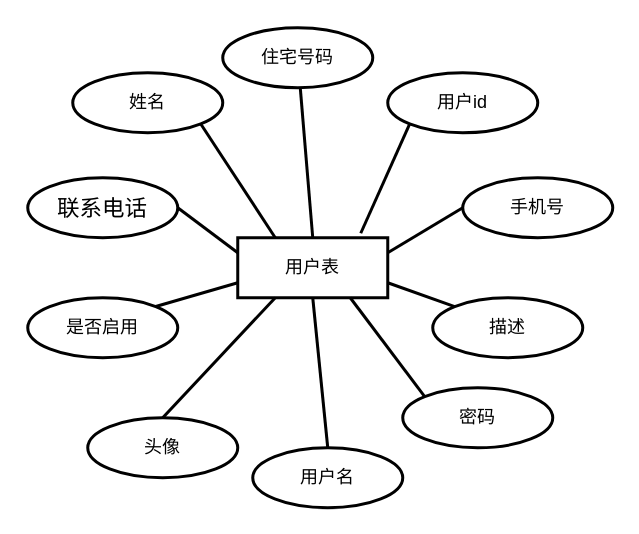
Earlier version of the draw.io diagram 毕业论文-用户ER图.drawio (srcrs/draw-static). Source tidied: cells renumbered, new cells numbered last; positions are measured from the earlier drawing's top-left corner, leaving out a move shared by most shapes. Both pictures are drawn from the tidied source at 150%, with x=0, y=0 at pixel (27, 27).
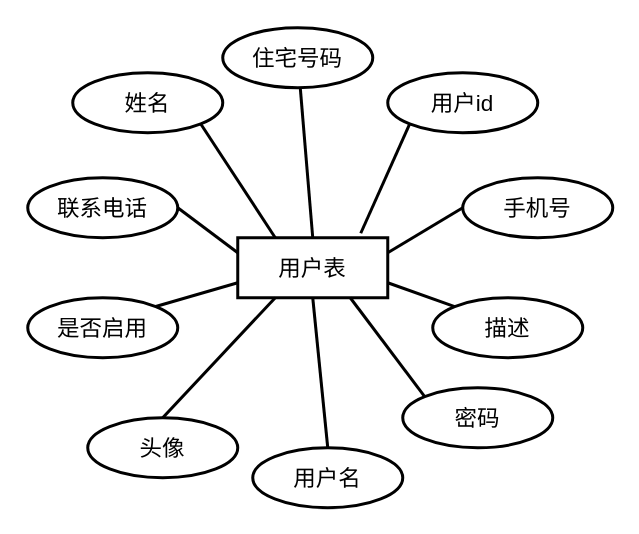
The same page after the edit.

Commit message (it also covers changes not shown here):
更新毕业论文-用户ER图.drawio

Change to the diagram source:
```diff
@@
-    <mxCell id="2" value="用户表" style="whiteSpace=wrap;html=1;align=center;strokeWidth=2;" parent="1" vertex="1">
+    <mxCell id="2" value="用户表" style="whiteSpace=wrap;html=1;align=center;strokeWidth=2;fontSize=15;" parent="1" vertex="1">
       <mxGeometry x="140" y="140" width="100" height="40" as="geometry" />
     </mxCell>
-    <mxCell id="3" value="用户id" style="ellipse;whiteSpace=wrap;html=1;align=center;strokeWidth=2;" parent="1" vertex="1">
+    <mxCell id="3" value="用户id" style="ellipse;whiteSpace=wrap;html=1;align=center;strokeWidth=2;fontSize=15;" parent="1" vertex="1">
       <mxGeometry x="240" y="30" width="100" height="40" as="geometry" />
     </mxCell>
@@
-    <mxCell id="5" value="用户名" style="ellipse;whiteSpace=wrap;html=1;align=center;strokeWidth=2;" parent="1" vertex="1">
+    <mxCell id="5" value="用户名" style="ellipse;whiteSpace=wrap;html=1;align=center;strokeWidth=2;fontSize=15;" parent="1" vertex="1">
       <mxGeometry x="150" y="280" width="100" height="40" as="geometry" />
     </mxCell>
-    <mxCell id="6" value="密码" style="ellipse;whiteSpace=wrap;html=1;align=center;strokeWidth=2;" parent="1" vertex="1">
+    <mxCell id="6" value="密码" style="ellipse;whiteSpace=wrap;html=1;align=center;strokeWidth=2;fontSize=15;" parent="1" vertex="1">
       <mxGeometry x="250" y="240" width="100" height="40" as="geometry" />
     </mxCell>
-    <mxCell id="7" value="描述" style="ellipse;whiteSpace=wrap;html=1;align=center;strokeWidth=2;" parent="1" vertex="1">
+    <mxCell id="7" value="描述" style="ellipse;whiteSpace=wrap;html=1;align=center;strokeWidth=2;fontSize=15;" parent="1" vertex="1">
       <mxGeometry x="270" y="180" width="100" height="40" as="geometry" />
     </mxCell>
-    <mxCell id="8" value="姓名" style="ellipse;whiteSpace=wrap;html=1;align=center;strokeWidth=2;" parent="1" vertex="1">
+    <mxCell id="8" value="姓名" style="ellipse;whiteSpace=wrap;html=1;align=center;strokeWidth=2;fontSize=15;" parent="1" vertex="1">
       <mxGeometry x="30" y="30" width="100" height="40" as="geometry" />
     </mxCell>
-    <mxCell id="9" value="是否启用" style="ellipse;whiteSpace=wrap;html=1;align=center;strokeWidth=2;" parent="1" vertex="1">
+    <mxCell id="9" value="是否启用" style="ellipse;whiteSpace=wrap;html=1;align=center;strokeWidth=2;fontSize=15;" parent="1" vertex="1">
       <mxGeometry y="180" width="100" height="40" as="geometry" />
     </mxCell>
-    <mxCell id="10" value="头像" style="ellipse;whiteSpace=wrap;html=1;align=center;strokeWidth=2;" parent="1" vertex="1">
+    <mxCell id="10" value="头像" style="ellipse;whiteSpace=wrap;html=1;align=center;strokeWidth=2;fontSize=15;" parent="1" vertex="1">
       <mxGeometry x="40" y="260" width="100" height="40" as="geometry" />
     </mxCell>
-    <mxCell id="11" value="住宅号码" style="ellipse;whiteSpace=wrap;html=1;align=center;strokeWidth=2;" parent="1" vertex="1">
+    <mxCell id="11" value="住宅号码" style="ellipse;whiteSpace=wrap;html=1;align=center;strokeWidth=2;fontSize=15;" parent="1" vertex="1">
       <mxGeometry x="130" width="100" height="40" as="geometry" />
     </mxCell>
-    <mxCell id="12" value="手机号" style="ellipse;whiteSpace=wrap;html=1;align=center;strokeWidth=2;" parent="1" vertex="1">
+    <mxCell id="12" value="手机号" style="ellipse;whiteSpace=wrap;html=1;align=center;strokeWidth=2;fontSize=15;" parent="1" vertex="1">
       <mxGeometry x="290" y="100" width="100" height="40" as="geometry" />
     </mxCell>
```
